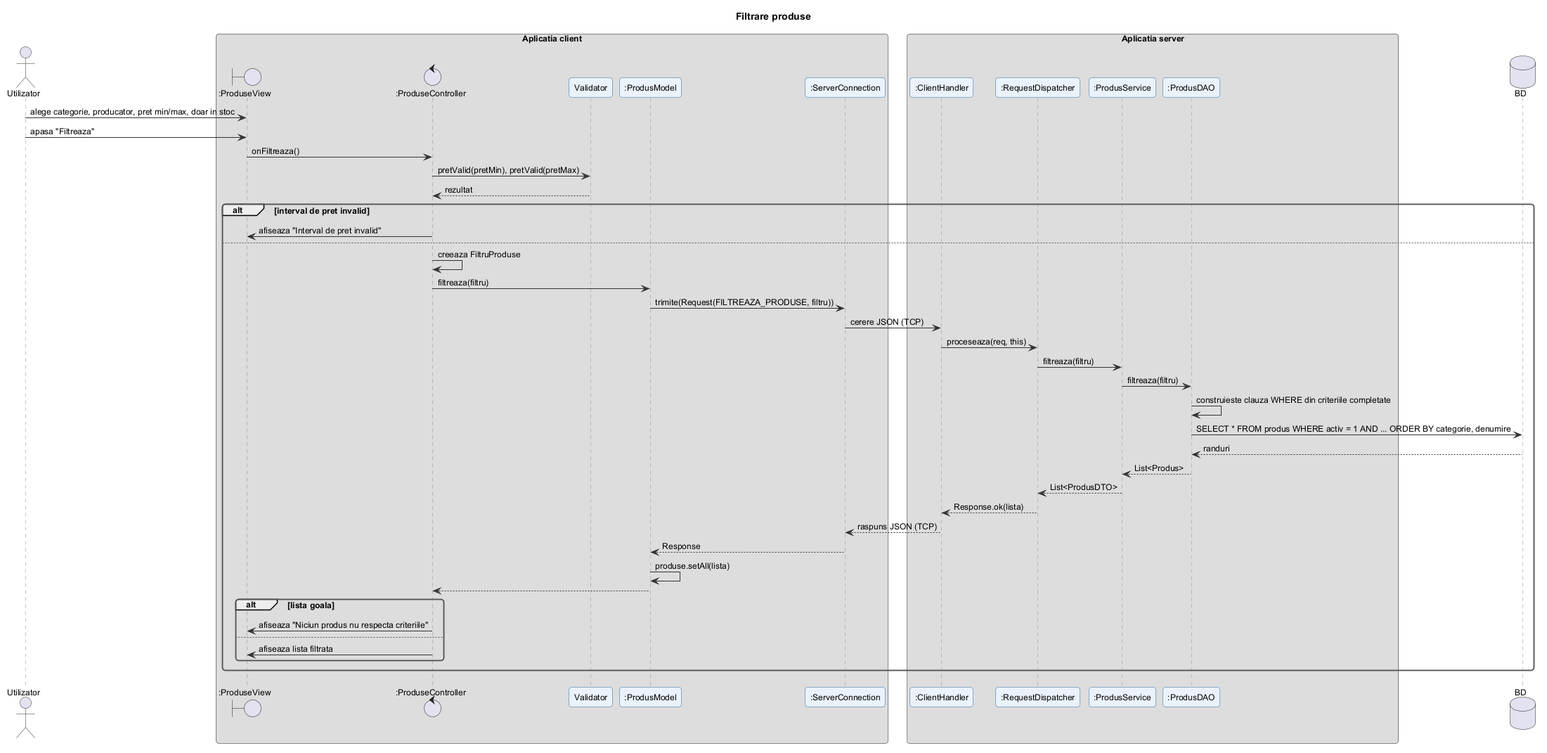
This is docs/diagrame/6_secventa/filtrare_produse.png from filip-eanu/ProiectIS, a PlantUML export, as it was before one commit. The source it was exported from:
```plantuml
@startuml filtrare_produse
!include ../_stil.iuml
title Filtrare produse

actor Utilizator
box "Aplicatia client"
boundary ":ProduseView" as V
control ":ProduseController" as C
participant "Validator" as VAL
participant ":ProdusModel" as M
participant ":ServerConnection" as SC
end box
box "Aplicatia server"
participant ":ClientHandler" as CH
participant ":RequestDispatcher" as RD
participant ":ProdusService" as S
participant ":ProdusDAO" as D
end box
database "BD" as DB

Utilizator -> V : alege categorie, producator, pret min/max, doar in stoc
Utilizator -> V : apasa "Filtreaza"
V -> C : onFiltreaza()
C -> VAL : pretValid(pretMin), pretValid(pretMax)
VAL --> C : rezultat
alt interval de pret invalid
  C -> V : afiseaza "Interval de pret invalid"
else
  C -> C : creeaza FiltruProduse
  C -> M : filtreaza(filtru)
  M -> SC : trimite(Request(FILTREAZA_PRODUSE, filtru))
  SC -> CH : cerere JSON (TCP)
  CH -> RD : proceseaza(req, this)
  RD -> S : filtreaza(filtru)
  S -> D : filtreaza(filtru)
  D -> D : construieste clauza WHERE din criteriile completate
  D -> DB : SELECT * FROM produs WHERE activ = 1 AND ... ORDER BY categorie, denumire
  DB --> D : randuri
  D --> S : List<Produs>
  S --> RD : List<ProdusDTO>
  RD --> CH : Response.ok(lista)
  CH --> SC : raspuns JSON (TCP)
  SC --> M : Response
  M -> M : produse.setAll(lista)
  M --> C
  alt lista goala
    C -> V : afiseaza "Niciun produs nu respecta criteriile"
  else
    C -> V : afiseaza lista filtrata
  end
end
@enduml
```
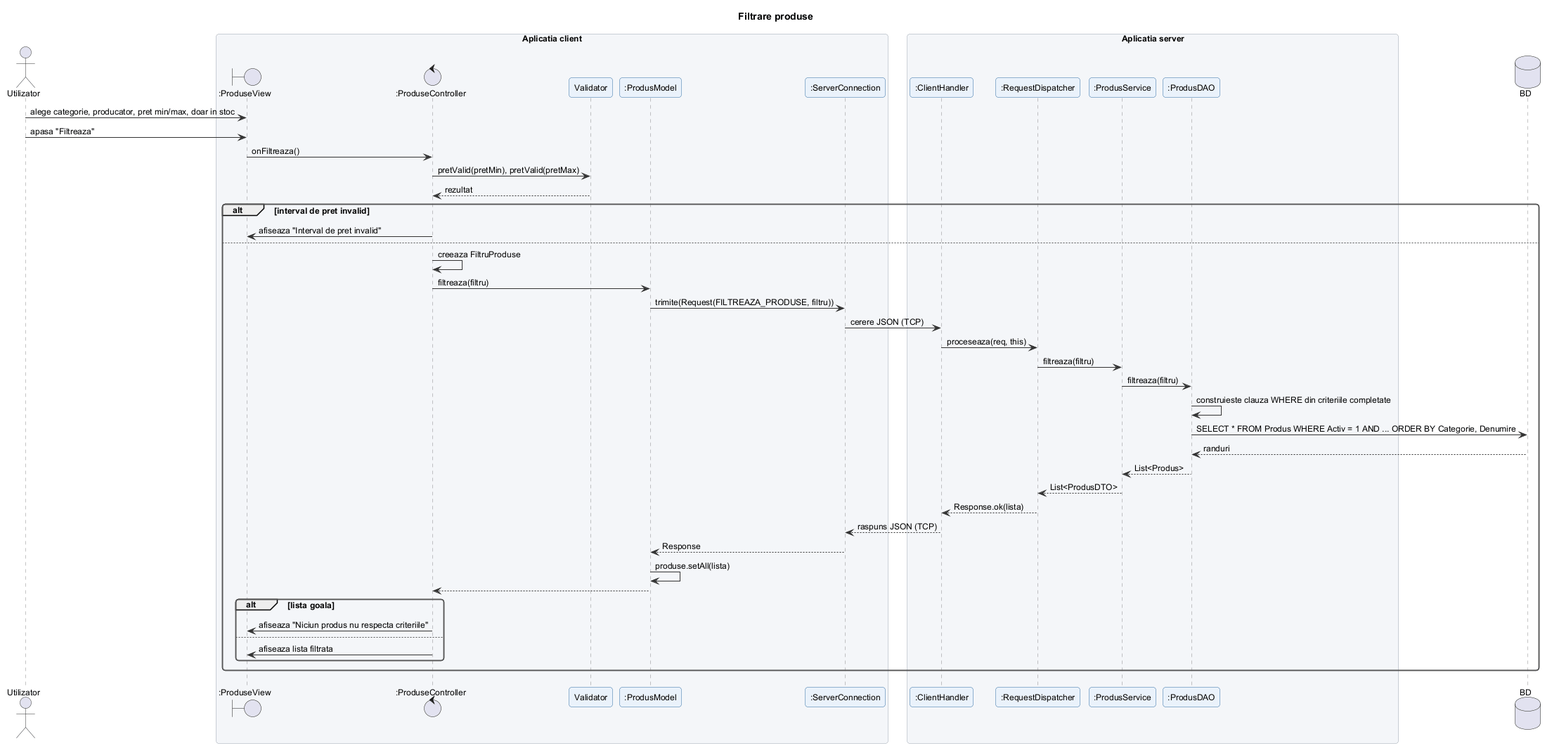
Later version of the same file.

The edit, as a diff of the source:
```diff
@@ -34,7 +34,7 @@
   RD -> S : filtreaza(filtru)
   S -> D : filtreaza(filtru)
   D -> D : construieste clauza WHERE din criteriile completate
-  D -> DB : SELECT * FROM produs WHERE activ = 1 AND ... ORDER BY categorie, denumire
+  D -> DB : SELECT * FROM Produs WHERE Activ = 1 AND ... ORDER BY Categorie, Denumire
   DB --> D : randuri
   D --> S : List<Produs>
   S --> RD : List<ProdusDTO>
```
